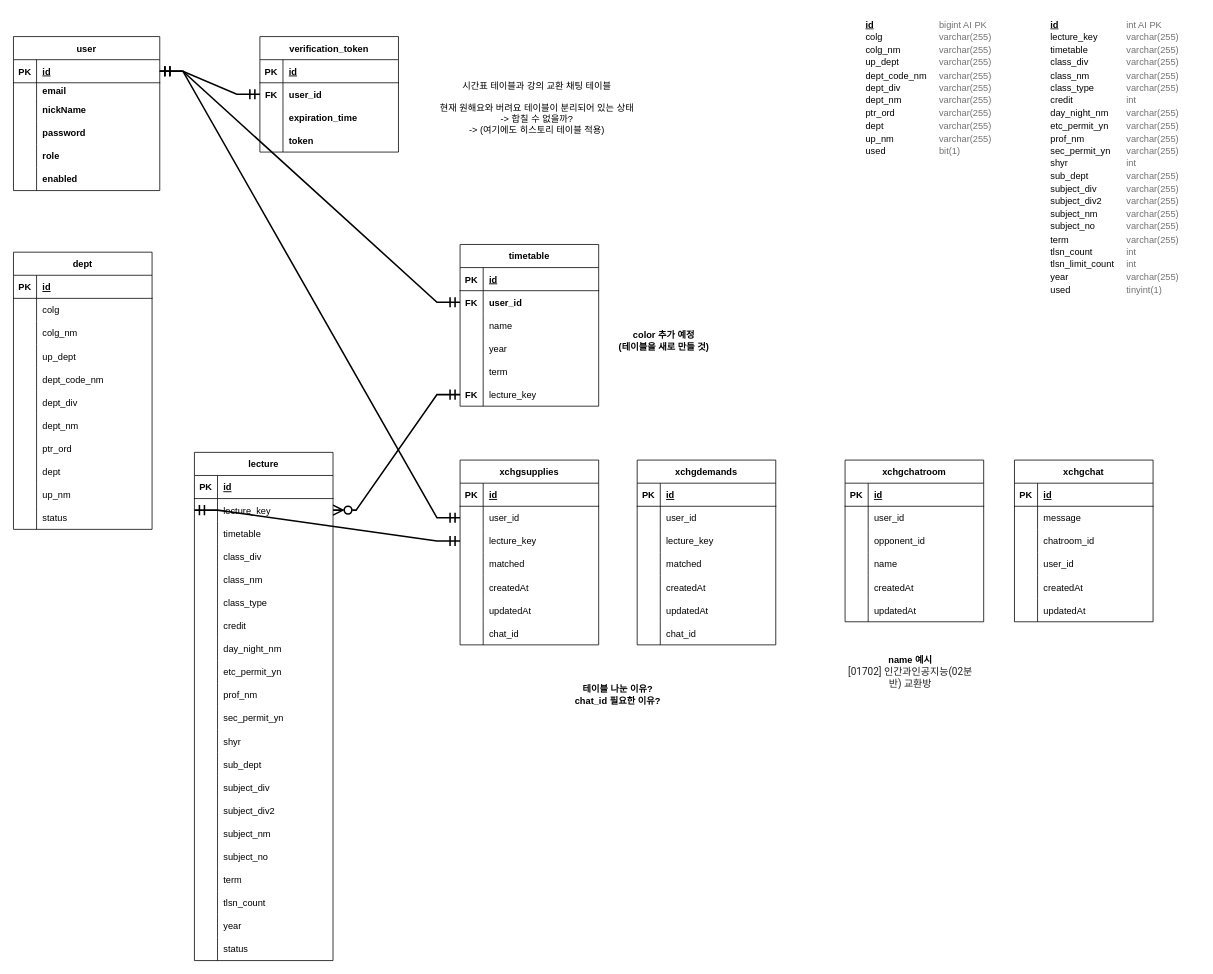
Before: Untitled Diagram.drawio in iju1633/uostime_springboot, a draw.io diagram. Source tidied: cells renumbered, new cells numbered last; positions are measured from the earlier drawing's top-left corner, leaving out a move shared by most shapes. Both pictures are drawn from the tidied source at 77%, with x=0, y=0 at pixel (13, 13).
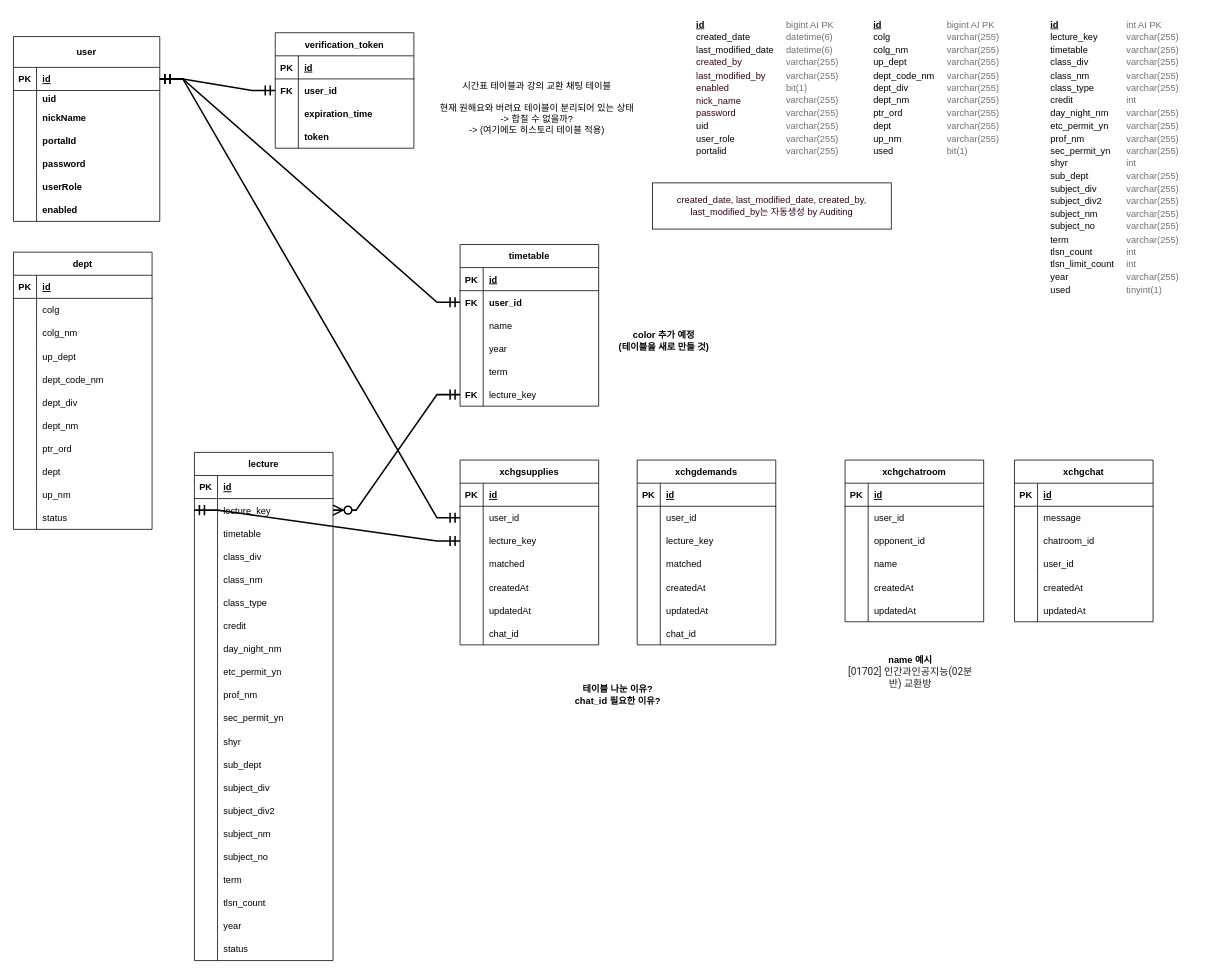
The same diagram, later.

Commit message:
User 엔티티 수정

What changed in the source:
```diff
@@
-    <mxCell id="2" value="user" style="shape=table;startSize=30;childLayout=tableLayout;rowLines=0;fontStyle=1;align=center;" parent="1" vertex="1">
-      <mxGeometry y="30" width="190" height="200" as="geometry" />
+    <mxCell id="2" value="user" style="shape=table;startSize=40;childLayout=tableLayout;rowLines=0;fontStyle=1;align=center;" parent="1" vertex="1">
+      <mxGeometry y="30" width="190" height="240" as="geometry" />
     </mxCell>
     <mxCell id="3" style="shape=tableRow;horizontal=0;startSize=0;swimlaneHead=0;swimlaneBody=0;fillColor=none;points=[[0,0.5],[1,0.5]];portConstraint=eastwest;top=0;left=0;right=0;bottom=1;" parent="2" vertex="1">
-      <mxGeometry y="30" width="190" height="30" as="geometry" />
+      <mxGeometry y="40" width="190" height="30" as="geometry" />
     </mxCell>
@@
     <mxCell id="6" style="shape=tableRow;horizontal=0;startSize=0;swimlaneHead=0;swimlaneBody=0;fillColor=none;top=0;left=0;right=0;bottom=0;" parent="2" vertex="1">
-      <mxGeometry y="60" width="190" height="20" as="geometry" />
+      <mxGeometry y="70" width="190" height="20" as="geometry" />
     </mxCell>
@@
-    <mxCell id="8" value="email" style="shape=partialRectangle;fillColor=none;top=0;left=0;bottom=0;right=0;align=left;spacingLeft=6;overflow=hidden;fontStyle=1;" parent="6" vertex="1">
+    <mxCell id="8" value="uid" style="shape=partialRectangle;fillColor=none;top=0;left=0;bottom=0;right=0;align=left;spacingLeft=6;overflow=hidden;fontStyle=1;" parent="6" vertex="1">
       <mxGeometry x="30" width="160" height="20" as="geometry" />
     </mxCell>
     <mxCell id="9" style="shape=tableRow;horizontal=0;startSize=0;swimlaneHead=0;swimlaneBody=0;fillColor=none;top=0;left=0;right=0;bottom=0;" parent="2" vertex="1">
-      <mxGeometry y="80" width="190" height="30" as="geometry" />
+      <mxGeometry y="90" width="190" height="30" as="geometry" />
     </mxCell>
@@
     <mxCell id="12" style="shape=tableRow;horizontal=0;startSize=0;swimlaneHead=0;swimlaneBody=0;fillColor=none;top=0;left=0;right=0;bottom=0;" parent="2" vertex="1">
-      <mxGeometry y="110" width="190" height="30" as="geometry" />
+      <mxGeometry y="120" width="190" height="30" as="geometry" />
     </mxCell>
@@
-    <mxCell id="14" value="password" style="shape=partialRectangle;fillColor=none;top=0;left=0;bottom=0;right=0;align=left;spacingLeft=6;overflow=hidden;fontStyle=1;" parent="12" vertex="1">
+    <mxCell id="14" value="portalId" style="shape=partialRectangle;fillColor=none;top=0;left=0;bottom=0;right=0;align=left;spacingLeft=6;overflow=hidden;fontStyle=1;" parent="12" vertex="1">
       <mxGeometry x="30" width="160" height="30" as="geometry" />
     </mxCell>
     <mxCell id="15" style="shape=tableRow;horizontal=0;startSize=0;swimlaneHead=0;swimlaneBody=0;fillColor=none;top=0;left=0;right=0;bottom=0;" parent="2" vertex="1">
-      <mxGeometry y="140" width="190" height="30" as="geometry" />
+      <mxGeometry y="150" width="190" height="30" as="geometry" />
     </mxCell>
@@
-    <mxCell id="17" value="role" style="shape=partialRectangle;fillColor=none;top=0;left=0;bottom=0;right=0;align=left;spacingLeft=6;overflow=hidden;fontStyle=1;" parent="15" vertex="1">
+    <mxCell id="17" value="password" style="shape=partialRectangle;fillColor=none;top=0;left=0;bottom=0;right=0;align=left;spacingLeft=6;overflow=hidden;fontStyle=1;" parent="15" vertex="1">
       <mxGeometry x="30" width="160" height="30" as="geometry" />
     </mxCell>
     <mxCell id="18" style="shape=tableRow;horizontal=0;startSize=0;swimlaneHead=0;swimlaneBody=0;fillColor=none;top=0;left=0;right=0;bottom=0;" parent="2" vertex="1">
-      <mxGeometry y="170" width="190" height="30" as="geometry" />
+      <mxGeometry y="180" width="190" height="30" as="geometry" />
     </mxCell>
@@
-    <mxCell id="20" value="enabled" style="shape=partialRectangle;fillColor=none;top=0;left=0;bottom=0;right=0;align=left;spacingLeft=6;overflow=hidden;fontStyle=1;" parent="18" vertex="1">
+    <mxCell id="20" value="userRole" style="shape=partialRectangle;fillColor=none;top=0;left=0;bottom=0;right=0;align=left;spacingLeft=6;overflow=hidden;fontStyle=1;" parent="18" vertex="1">
       <mxGeometry x="30" width="160" height="30" as="geometry" />
     </mxCell>
     <mxCell id="21" value="verification_token" style="shape=table;startSize=30;childLayout=tableLayout;rowLines=0;fontStyle=1;align=center;" parent="1" vertex="1">
-      <mxGeometry x="320" y="30" width="180" height="150" as="geometry" />
+      <mxGeometry x="340" y="25" width="180" height="150" as="geometry" />
     </mxCell>
@@
     <mxCell id="35" value="&lt;b&gt;&lt;/b&gt;&lt;table style=&quot;border-left-style: none; border-top-style: none; border-right-style: none; border-bottom-style: none; border-collapse: collapse;&quot;&gt;&lt;tbody&gt;&lt;tr&gt;&lt;td style=&quot;border-left-style: none; border-top-style: none; border-right-style: none; border-bottom-style: none; padding-left: 15px;&quot;&gt;&lt;b&gt;&lt;u&gt;id&lt;/u&gt;&lt;/b&gt;&lt;/td&gt;&lt;td style=&quot;border-left-style: none; border-top-style: none; border-right-style: none; border-bottom-style: none; padding-left: 15px;&quot;&gt;&lt;font color=&quot;#717171&quot;&gt;bigint AI PK&lt;/font&gt;&lt;/td&gt;&lt;/tr&gt;&lt;tr&gt;&lt;td style=&quot;border-left-style: none; border-top-style: none; border-right-style: none; border-bottom-style: none; padding-left: 15px;&quot;&gt;colg&lt;/td&gt;&lt;td style=&quot;border-left-style: none; border-top-style: none; border-right-style: none; border-bottom-style: none; padding-left: 15px;&quot;&gt;&lt;font color=&quot;#717171&quot;&gt;varchar(255)&lt;/font&gt;&lt;/td&gt;&lt;/tr&gt;&lt;tr&gt;&lt;td style=&quot;border-left-style: none; border-top-style: none; border-right-style: none; border-bottom-style: none; padding-left: 15px;&quot;&gt;colg_nm&lt;/td&gt;&lt;td style=&quot;border-left-style: none; border-top-style: none; border-right-style: none; border-bottom-style: none; padding-left: 15px;&quot;&gt;&lt;font color=&quot;#717171&quot;&gt;varchar(255)&lt;/font&gt;&lt;/td&gt;&lt;/tr&gt;&lt;tr&gt;&lt;td style=&quot;border-left-style: none; border-top-style: none; border-right-style: none; border-bottom-style: none; padding-left: 15px;&quot;&gt;up_dept&lt;/td&gt;&lt;td style=&quot;border-left-style: none; border-top-style: none; border-right-style: none; border-bottom-style: none; padding-left: 15px;&quot;&gt;&lt;font color=&quot;#717171&quot;&gt;varchar(255)&lt;/font&gt;&lt;/td&gt;&lt;/tr&gt;&lt;tr&gt;&lt;td style=&quot;border-left-style: none; border-top-style: none; border-right-style: none; border-bottom-style: none; padding-left: 15px;&quot;&gt;dept_code_nm&lt;/td&gt;&lt;td style=&quot;border-left-style: none; border-top-style: none; border-right-style: none; border-bottom-style: none; padding-left: 15px;&quot;&gt;&lt;font color=&quot;#717171&quot;&gt;varchar(255)&lt;/font&gt;&lt;/td&gt;&lt;/tr&gt;&lt;tr&gt;&lt;td style=&quot;border-left-style: none; border-top-style: none; border-right-style: none; border-bottom-style: none; padding-left: 15px;&quot;&gt;dept_div&lt;/td&gt;&lt;td style=&quot;border-left-style: none; border-top-style: none; border-right-style: none; border-bottom-style: none; padding-left: 15px;&quot;&gt;&lt;font color=&quot;#717171&quot;&gt;varchar(255)&lt;/font&gt;&lt;/td&gt;&lt;/tr&gt;&lt;tr&gt;&lt;td style=&quot;border-left-style: none; border-top-style: none; border-right-style: none; border-bottom-style: none; padding-left: 15px;&quot;&gt;dept_nm&lt;/td&gt;&lt;td style=&quot;border-left-style: none; border-top-style: none; border-right-style: none; border-bottom-style: none; padding-left: 15px;&quot;&gt;&lt;font color=&quot;#717171&quot;&gt;varchar(255)&lt;/font&gt;&lt;/td&gt;&lt;/tr&gt;&lt;tr&gt;&lt;td style=&quot;border-left-style: none; border-top-style: none; border-right-style: none; border-bottom-style: none; padding-left: 15px;&quot;&gt;ptr_ord&lt;/td&gt;&lt;td style=&quot;border-left-style: none; border-top-style: none; border-right-style: none; border-bottom-style: none; padding-left: 15px;&quot;&gt;&lt;font color=&quot;#717171&quot;&gt;varchar(255)&lt;/font&gt;&lt;/td&gt;&lt;/tr&gt;&lt;tr&gt;&lt;td style=&quot;border-left-style: none; border-top-style: none; border-right-style: none; border-bottom-style: none; padding-left: 15px;&quot;&gt;dept&lt;/td&gt;&lt;td style=&quot;border-left-style: none; border-top-style: none; border-right-style: none; border-bottom-style: none; padding-left: 15px;&quot;&gt;&lt;font color=&quot;#717171&quot;&gt;varchar(255)&lt;/font&gt;&lt;/td&gt;&lt;/tr&gt;&lt;tr&gt;&lt;td style=&quot;border-left-style: none; border-top-style: none; border-right-style: none; border-bottom-style: none; padding-left: 15px;&quot;&gt;up_nm&lt;/td&gt;&lt;td style=&quot;border-left-style: none; border-top-style: none; border-right-style: none; border-bottom-style: none; padding-left: 15px;&quot;&gt;&lt;font color=&quot;#717171&quot;&gt;varchar(255)&lt;/font&gt;&lt;/td&gt;&lt;/tr&gt;&lt;tr&gt;&lt;td style=&quot;border-left-style: none; border-top-style: none; border-right-style: none; border-bottom-style: none; padding-left: 15px;&quot;&gt;used&lt;/td&gt;&lt;td style=&quot;border-left-style: none; border-top-style: none; border-right-style: none; border-bottom-style: none; padding-left: 15px;&quot;&gt;&lt;font color=&quot;#717171&quot;&gt;bit(1)&lt;/font&gt;&lt;/td&gt;&lt;/tr&gt;&lt;/tbody&gt;&lt;/table&gt;" style="text;whiteSpace=wrap;html=1;" parent="1" vertex="1">
-      <mxGeometry x="1090" width="195" height="200" as="geometry" />
+      <mxGeometry x="1100" width="195" height="200" as="geometry" />
     </mxCell>
@@
+    <mxCell id="247" value="enabled" style="shape=partialRectangle;fillColor=none;top=0;left=0;bottom=0;right=0;align=left;spacingLeft=6;overflow=hidden;fontStyle=1;" parent="1" vertex="1">
+      <mxGeometry x="30" y="240" width="160" height="30" as="geometry" />
+    </mxCell>
+    <mxCell id="248" value="&lt;b&gt;&lt;/b&gt;&lt;table style=&quot;border-left-style: none; border-top-style: none; border-right-style: none; border-bottom-style: none; border-collapse: collapse;&quot;&gt;&lt;tbody&gt;&lt;tr&gt;&lt;td style=&quot;border-left-style: none; border-top-style: none; border-right-style: none; border-bottom-style: none; padding-left: 15px;&quot;&gt;&lt;b&gt;&lt;u&gt;id&lt;/u&gt;&lt;/b&gt;&lt;/td&gt;&lt;td style=&quot;border-left-style: none; border-top-style: none; border-right-style: none; border-bottom-style: none; padding-left: 15px;&quot;&gt;&lt;font color=&quot;#717171&quot;&gt;bigint AI PK&lt;/font&gt;&lt;/td&gt;&lt;/tr&gt;&lt;tr&gt;&lt;td style=&quot;border-left-style: none; border-top-style: none; border-right-style: none; border-bottom-style: none; padding-left: 15px;&quot;&gt;created_date&lt;/td&gt;&lt;td style=&quot;border-left-style: none; border-top-style: none; border-right-style: none; border-bottom-style: none; padding-left: 15px;&quot;&gt;&lt;font color=&quot;#717171&quot;&gt;datetime(6)&lt;/font&gt;&lt;/td&gt;&lt;/tr&gt;&lt;tr&gt;&lt;td style=&quot;border-left-style: none; border-top-style: none; border-right-style: none; border-bottom-style: none; padding-left: 15px;&quot;&gt;last_modified_date&lt;/td&gt;&lt;td style=&quot;border-left-style: none; border-top-style: none; border-right-style: none; border-bottom-style: none; padding-left: 15px;&quot;&gt;&lt;font color=&quot;#717171&quot;&gt;datetime(6)&lt;/font&gt;&lt;/td&gt;&lt;/tr&gt;&lt;tr&gt;&lt;td style=&quot;border-left-style: none; border-top-style: none; border-right-style: none; border-bottom-style: none; padding-left: 15px;&quot;&gt;&lt;p style=&quot;margin: 0px; font-variant-numeric: normal; font-variant-east-asian: normal; font-stretch: normal; line-height: normal; -webkit-text-stroke-color: rgb(255, 255, 255);&quot; class=&quot;p1&quot;&gt;&lt;span style=&quot;font-kerning: none;&quot; class=&quot;s1&quot;&gt;&lt;font color=&quot;#33001a&quot;&gt;created_by&lt;/font&gt;&lt;/span&gt;&lt;/p&gt;&lt;/td&gt;&lt;td style=&quot;border-left-style: none; border-top-style: none; border-right-style: none; border-bottom-style: none; padding-left: 15px;&quot;&gt;&lt;font color=&quot;#717171&quot;&gt;varchar(255)&lt;/font&gt;&lt;/td&gt;&lt;/tr&gt;&lt;tr&gt;&lt;td style=&quot;border-left-style: none; border-top-style: none; border-right-style: none; border-bottom-style: none; padding-left: 15px;&quot;&gt;&lt;p style=&quot;margin: 0px; font-variant-numeric: normal; font-variant-east-asian: normal; font-stretch: normal; line-height: normal; -webkit-text-stroke-color: rgb(255, 255, 255);&quot; class=&quot;p1&quot;&gt;&lt;span style=&quot;font-kerning: none;&quot; class=&quot;s1&quot;&gt;&lt;font color=&quot;#33001a&quot;&gt;last_modified_by&lt;/font&gt;&lt;/span&gt;&lt;/p&gt;&lt;/td&gt;&lt;td style=&quot;border-left-style: none; border-top-style: none; border-right-style: none; border-bottom-style: none; padding-left: 15px;&quot;&gt;&lt;font color=&quot;#717171&quot;&gt;varchar(255)&lt;/font&gt;&lt;/td&gt;&lt;/tr&gt;&lt;tr&gt;&lt;td style=&quot;border-left-style: none; border-top-style: none; border-right-style: none; border-bottom-style: none; padding-left: 15px;&quot;&gt;&lt;p style=&quot;margin: 0px; font-variant-numeric: normal; font-variant-east-asian: normal; font-stretch: normal; line-height: normal; -webkit-text-stroke-color: rgb(255, 255, 255);&quot; class=&quot;p1&quot;&gt;&lt;span style=&quot;font-kerning: none;&quot; class=&quot;s1&quot;&gt;&lt;font color=&quot;#33001a&quot;&gt;enabled&lt;/font&gt;&lt;/span&gt;&lt;/p&gt;&lt;/td&gt;&lt;td style=&quot;border-left-style: none; border-top-style: none; border-right-style: none; border-bottom-style: none; padding-left: 15px;&quot;&gt;&lt;font color=&quot;#717171&quot;&gt;bit(1)&lt;/font&gt;&lt;/td&gt;&lt;/tr&gt;&lt;tr&gt;&lt;td style=&quot;border-left-style: none; border-top-style: none; border-right-style: none; border-bottom-style: none; padding-left: 15px;&quot;&gt;&lt;p style=&quot;margin: 0px; font-variant-numeric: normal; font-variant-east-asian: normal; font-stretch: normal; line-height: normal; -webkit-text-stroke-color: rgb(255, 255, 255);&quot; class=&quot;p1&quot;&gt;&lt;span style=&quot;font-kerning: none;&quot; class=&quot;s1&quot;&gt;&lt;font color=&quot;#33001a&quot;&gt;nick_name&lt;/font&gt;&lt;/span&gt;&lt;/p&gt;&lt;/td&gt;&lt;td style=&quot;border-left-style: none; border-top-style: none; border-right-style: none; border-bottom-style: none; padding-left: 15px;&quot;&gt;&lt;font color=&quot;#717171&quot;&gt;varchar(255)&lt;/font&gt;&lt;/td&gt;&lt;/tr&gt;&lt;tr&gt;&lt;td style=&quot;border-left-style: none; border-top-style: none; border-right-style: none; border-bottom-style: none; padding-left: 15px;&quot;&gt;&lt;p style=&quot;margin: 0px; font-variant-numeric: normal; font-variant-east-asian: normal; font-stretch: normal; line-height: normal; -webkit-text-stroke-color: rgb(255, 255, 255);&quot; class=&quot;p1&quot;&gt;&lt;span style=&quot;font-kerning: none;&quot; class=&quot;s1&quot;&gt;&lt;font color=&quot;#33001a&quot;&gt;password&lt;/font&gt;&lt;/span&gt;&lt;/p&gt;&lt;/td&gt;&lt;td style=&quot;border-left-style: none; border-top-style: none; border-right-style: none; border-bottom-style: none; padding-left: 15px;&quot;&gt;&lt;font color=&quot;#717171&quot;&gt;varchar(255)&lt;/font&gt;&lt;/td&gt;&lt;/tr&gt;&lt;tr&gt;&lt;td style=&quot;border-left-style: none; border-top-style: none; border-right-style: none; border-bottom-style: none; padding-left: 15px;&quot;&gt;uid&lt;/td&gt;&lt;td style=&quot;border-left-style: none; border-top-style: none; border-right-style: none; border-bottom-style: none; padding-left: 15px;&quot;&gt;&lt;font color=&quot;#717171&quot;&gt;varchar(255)&lt;/font&gt;&lt;/td&gt;&lt;/tr&gt;&lt;tr&gt;&lt;td style=&quot;border-left-style: none; border-top-style: none; border-right-style: none; border-bottom-style: none; padding-left: 15px;&quot;&gt;user_role&lt;/td&gt;&lt;td style=&quot;border-left-style: none; border-top-style: none; border-right-style: none; border-bottom-style: none; padding-left: 15px;&quot;&gt;&lt;font color=&quot;#717171&quot;&gt;varchar(255)&lt;/font&gt;&lt;/td&gt;&lt;/tr&gt;&lt;tr&gt;&lt;td style=&quot;border-left-style: none; border-top-style: none; border-right-style: none; border-bottom-style: none; padding-left: 15px;&quot;&gt;portalid&lt;/td&gt;&lt;td style=&quot;border-left-style: none; border-top-style: none; border-right-style: none; border-bottom-style: none; padding-left: 15px;&quot;&gt;&lt;font color=&quot;#717171&quot;&gt;varchar(255)&lt;/font&gt;&lt;/td&gt;&lt;/tr&gt;&lt;/tbody&gt;&lt;/table&gt;" style="text;whiteSpace=wrap;html=1;" parent="1" vertex="1">
+      <mxGeometry x="870" width="195" height="200" as="geometry" />
+    </mxCell>
+    <mxCell id="249" style="endArrow=none;html=1;rounded=0;fontColor=#33001A;" parent="1" edge="1">
+      <mxGeometry relative="1" as="geometry">
+        <mxPoint x="30" y="270" as="sourcePoint" />
+        <mxPoint x="30" y="240" as="targetPoint" />
+      </mxGeometry>
+    </mxCell>
+    <mxCell id="250" value="created_date, last_modified_date, created_by, last_modified_by는 자동생성 by Auditing" style="rounded=0;whiteSpace=wrap;html=1;fontColor=#33001A;" parent="1" vertex="1">
+      <mxGeometry x="830" y="220" width="310" height="60" as="geometry" />
+    </mxCell>
```
